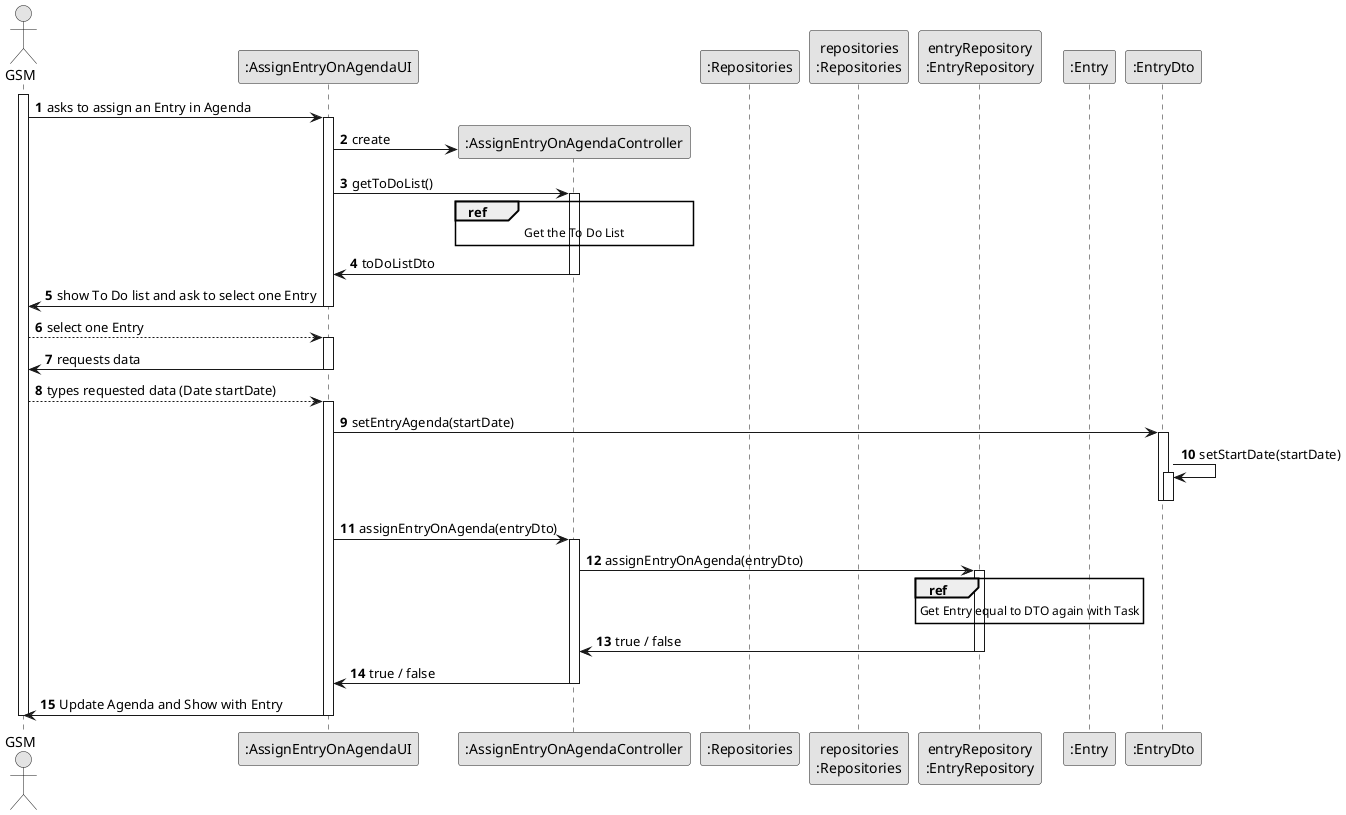
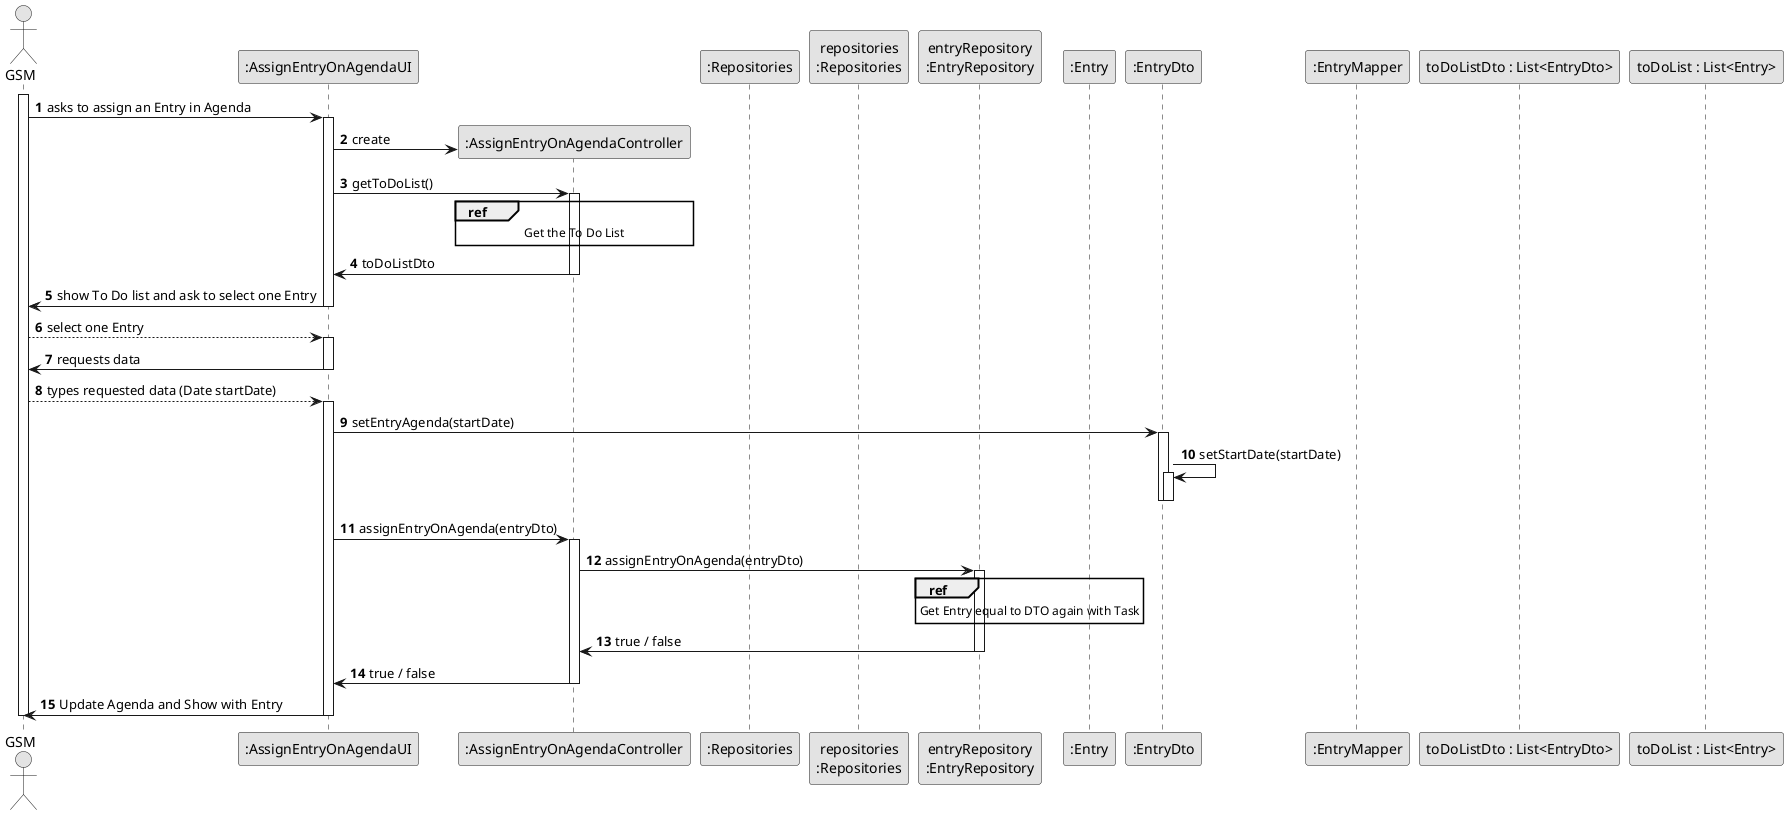
@startuml
skinparam monochrome true
skinparam packageStyle rectangle
skinparam shadowing false

autonumber

'hide footbox
actor "GSM" as GSM
participant ":AssignEntryOnAgendaUI" as UI
participant ":AssignEntryOnAgendaController" as CTRL
participant ":Repositories" as RepositorySingleton
participant "repositories\n:Repositories" as PLAT
participant "entryRepository\n:EntryRepository" as EntryRepository
participant ":Entry" as OBJ
participant ":EntryDto" as DTO
+ participant ":EntryMapper" as MAPPER
+ participant "toDoListDto : List<EntryDto>" as ListDTO
+ participant "toDoList : List<Entry>" as List


activate GSM

        GSM -> UI : asks to assign an Entry in Agenda

        activate UI

'            UI --> GSM : requests data (reference, description,  informal \n description, technical description, duration, cost)
            'create CTRL
            UI -> CTRL** : create

            UI -> CTRL : getToDoList()
            activate CTRL

            ref over CTRL : Get the To Do List


            CTRL -> UI : toDoListDto
            deactivate CTRL

            UI -> GSM : show To Do list and ask to select one Entry
            deactivate UI

            GSM --> UI : select one Entry
            activate UI

            UI -> GSM : requests data
            deactivate UI

            GSM --> UI : types requested data (Date startDate)
            activate UI

            UI -> DTO : setEntryAgenda(startDate)
            activate DTO
            DTO -> DTO : setStartDate(startDate)
            activate DTO
            deactivate DTO

            deactivate DTO


            UI -> CTRL : assignEntryOnAgenda(entryDto)
            activate CTRL

            CTRL -> EntryRepository : assignEntryOnAgenda(entryDto)
            activate EntryRepository

            ref over EntryRepository: Get Entry equal to DTO again with Task



            EntryRepository -> CTRL : true / false
            deactivate EntryRepository

            CTRL -> UI : true / false
            deactivate CTRL

    UI -> GSM : Update Agenda and Show with Entry
    deactivate UI

deactivate GSM

@enduml